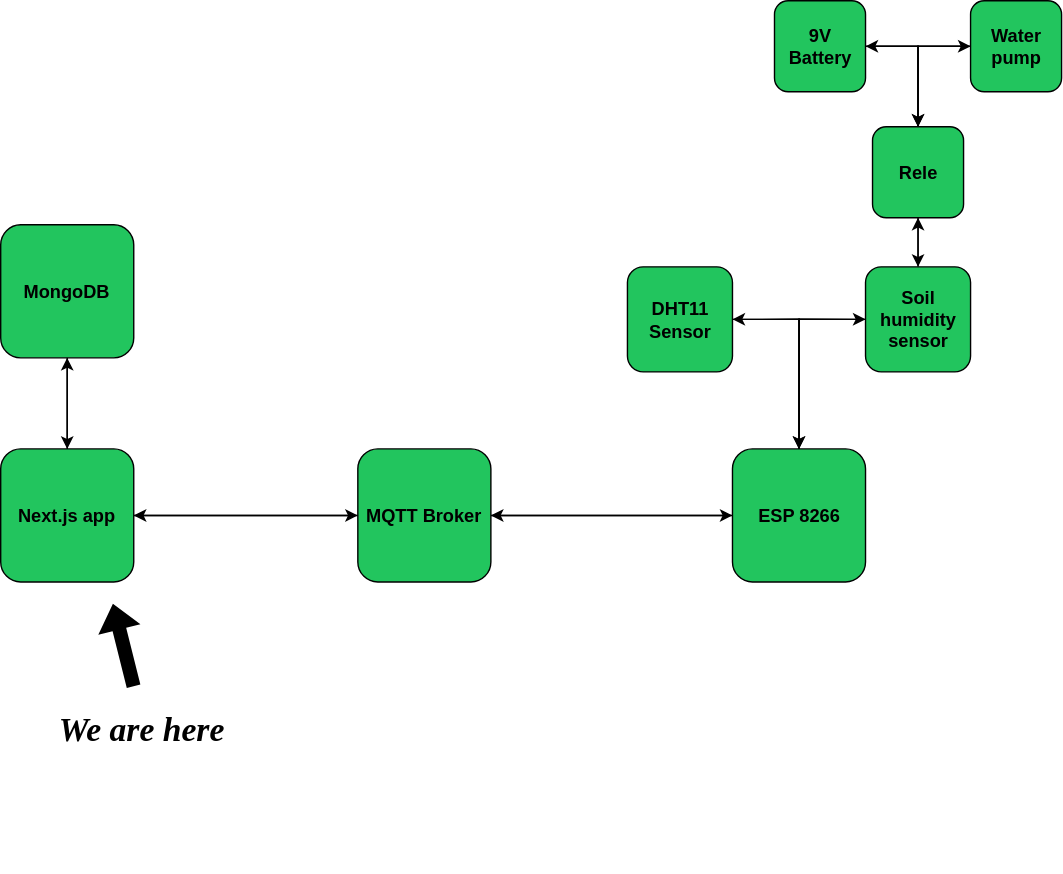
Earlier version of the draw.io export public/arch.svg (denisved/greenhouse-next). Source tidied: cells renumbered, new cells last; positions are measured from the earlier drawing's top-left corner, leaving out a move shared by most shapes. The source it was exported from:
```xml
<mxGraphModel>
  <root>
    <mxCell id="0" />
    <mxCell id="1" parent="0" />
    <mxCell id="2" style="edgeStyle=orthogonalEdgeStyle;rounded=0;jettySize=auto;html=1;entryX=1;entryY=0.5;entryDx=0;entryDy=0;" parent="1" edge="1" source="5" target="8">
      <mxGeometry relative="1" as="geometry" />
    </mxCell>
    <mxCell id="3" style="edgeStyle=orthogonalEdgeStyle;rounded=0;jettySize=auto;html=1;entryX=1;entryY=0.5;entryDx=0;entryDy=0;" parent="1" edge="1" source="5" target="15">
      <mxGeometry relative="1" as="geometry" />
    </mxCell>
    <mxCell id="4" style="edgeStyle=orthogonalEdgeStyle;rounded=0;jettySize=auto;html=1;entryX=0;entryY=0.5;entryDx=0;entryDy=0;" parent="1" edge="1" source="5" target="18">
      <mxGeometry relative="1" as="geometry" />
    </mxCell>
    <mxCell id="5" value="&lt;font color=&quot;#000000&quot; style=&quot;font-size: 13px;&quot;&gt;&lt;b&gt;ESP 8266&lt;/b&gt;&lt;/font&gt;" style="whiteSpace=wrap;html=1;fillColor=#22C55E;fontColor=#ffffff;strokeColor=#000000;rounded=1;labelBorderColor=none;" parent="1" vertex="1">
      <mxGeometry x="522.5" y="320" width="95" height="95" as="geometry" />
    </mxCell>
    <mxCell id="6" style="edgeStyle=orthogonalEdgeStyle;rounded=0;jettySize=auto;html=1;entryX=0;entryY=0.5;entryDx=0;entryDy=0;" parent="1" edge="1" source="8" target="5">
      <mxGeometry relative="1" as="geometry" />
    </mxCell>
    <mxCell id="7" style="edgeStyle=orthogonalEdgeStyle;rounded=0;jettySize=auto;html=1;entryX=1;entryY=0.5;entryDx=0;entryDy=0;" parent="1" edge="1" source="8" target="11">
      <mxGeometry relative="1" as="geometry" />
    </mxCell>
    <mxCell id="8" value="&lt;font color=&quot;#000000&quot; style=&quot;font-size: 13px;&quot;&gt;&lt;b&gt;MQTT Broker&lt;/b&gt;&lt;/font&gt;" style="whiteSpace=wrap;html=1;fillColor=#22C55E;fontColor=#ffffff;strokeColor=#000000;rounded=1;" parent="1" vertex="1">
      <mxGeometry x="255" y="320" width="95" height="95" as="geometry" />
    </mxCell>
    <mxCell id="9" style="edgeStyle=orthogonalEdgeStyle;rounded=0;jettySize=auto;html=1;" parent="1" edge="1" source="11" target="8">
      <mxGeometry relative="1" as="geometry" />
    </mxCell>
    <mxCell id="10" style="edgeStyle=orthogonalEdgeStyle;rounded=0;jettySize=auto;html=1;entryX=0.5;entryY=1;entryDx=0;entryDy=0;" parent="1" edge="1" source="11" target="13">
      <mxGeometry relative="1" as="geometry" />
    </mxCell>
    <mxCell id="11" value="&lt;b&gt;&lt;font color=&quot;#000000&quot; style=&quot;font-size: 13px;&quot;&gt;Next.js app&lt;/font&gt;&lt;/b&gt;" style="whiteSpace=wrap;html=1;fillColor=#22C55E;strokeColor=#000000;fontColor=#ffffff;glass=0;rounded=1;labelBackgroundColor=none;" parent="1" vertex="1">
      <mxGeometry y="320" width="95" height="95" as="geometry" />
    </mxCell>
    <mxCell id="12" style="edgeStyle=orthogonalEdgeStyle;rounded=0;jettySize=auto;html=1;" parent="1" edge="1" source="13" target="11">
      <mxGeometry relative="1" as="geometry" />
    </mxCell>
    <mxCell id="13" value="&lt;b&gt;&lt;font color=&quot;#000000&quot; style=&quot;font-size: 13px;&quot;&gt;MongoDB&lt;/font&gt;&lt;/b&gt;" style="whiteSpace=wrap;html=1;fillColor=#22C55E;fontColor=#ffffff;strokeColor=#000000;rounded=1;" parent="1" vertex="1">
      <mxGeometry y="160" width="95" height="95" as="geometry" />
    </mxCell>
    <mxCell id="14" style="edgeStyle=orthogonalEdgeStyle;rounded=0;jettySize=auto;html=1;entryX=0.5;entryY=0;entryDx=0;entryDy=0;exitX=1;exitY=0.5;exitDx=0;exitDy=0;" parent="1" edge="1" source="15" target="5">
      <mxGeometry relative="1" as="geometry" />
    </mxCell>
    <mxCell id="15" value="&lt;b&gt;&lt;font color=&quot;#000000&quot; style=&quot;font-size: 13px;&quot;&gt;DHT11 Sensor&lt;/font&gt;&lt;/b&gt;" style="whiteSpace=wrap;html=1;fillColor=#22C55E;fontColor=#ffffff;strokeColor=#000000;rounded=1;" parent="1" vertex="1">
      <mxGeometry x="447.5" y="190" width="75" height="75" as="geometry" />
    </mxCell>
    <mxCell id="16" style="edgeStyle=orthogonalEdgeStyle;rounded=0;jettySize=auto;html=1;entryX=0.5;entryY=0;entryDx=0;entryDy=0;exitX=0;exitY=0.5;exitDx=0;exitDy=0;" parent="1" edge="1" source="18" target="5">
      <mxGeometry relative="1" as="geometry" />
    </mxCell>
    <mxCell id="17" style="edgeStyle=orthogonalEdgeStyle;rounded=0;jettySize=auto;html=1;entryX=0.5;entryY=1;entryDx=0;entryDy=0;" parent="1" edge="1" source="18" target="22">
      <mxGeometry relative="1" as="geometry" />
    </mxCell>
    <mxCell id="18" value="&lt;b&gt;&lt;font color=&quot;#000000&quot; style=&quot;font-size: 13px;&quot;&gt;Soil humidity sensor&lt;/font&gt;&lt;/b&gt;" style="whiteSpace=wrap;html=1;fillColor=#22C55E;fontColor=#ffffff;strokeColor=#000000;rounded=1;" parent="1" vertex="1">
      <mxGeometry x="617.5" y="190" width="75" height="75" as="geometry" />
    </mxCell>
    <mxCell id="19" style="edgeStyle=orthogonalEdgeStyle;rounded=0;jettySize=auto;html=1;entryX=0.5;entryY=0;entryDx=0;entryDy=0;" parent="1" edge="1" source="22" target="18">
      <mxGeometry relative="1" as="geometry" />
    </mxCell>
    <mxCell id="20" style="edgeStyle=orthogonalEdgeStyle;rounded=0;jettySize=auto;html=1;entryX=1;entryY=0.5;entryDx=0;entryDy=0;exitX=0.5;exitY=0;exitDx=0;exitDy=0;" parent="1" edge="1" source="22" target="24">
      <mxGeometry relative="1" as="geometry" />
    </mxCell>
    <mxCell id="21" style="edgeStyle=orthogonalEdgeStyle;rounded=0;jettySize=auto;html=1;entryX=0;entryY=0.5;entryDx=0;entryDy=0;exitX=0.5;exitY=0;exitDx=0;exitDy=0;" parent="1" edge="1" source="22" target="26">
      <mxGeometry relative="1" as="geometry" />
    </mxCell>
    <mxCell id="22" value="&lt;b&gt;&lt;font color=&quot;#000000&quot; style=&quot;font-size: 13px;&quot;&gt;Rele&lt;/font&gt;&lt;/b&gt;" style="whiteSpace=wrap;html=1;fillColor=#22C55E;fontColor=#ffffff;strokeColor=#000000;rounded=1;" parent="1" vertex="1">
      <mxGeometry x="622.5" y="90" width="65" height="65" as="geometry" />
    </mxCell>
    <mxCell id="23" style="edgeStyle=orthogonalEdgeStyle;rounded=0;jettySize=auto;html=1;entryX=0.5;entryY=0;entryDx=0;entryDy=0;" parent="1" edge="1" source="24" target="22">
      <mxGeometry relative="1" as="geometry" />
    </mxCell>
    <mxCell id="24" value="&lt;b&gt;&lt;font color=&quot;#000000&quot; style=&quot;font-size: 13px;&quot;&gt;9V Battery&lt;/font&gt;&lt;/b&gt;" style="whiteSpace=wrap;html=1;fillColor=#22C55E;fontColor=#ffffff;strokeColor=#000000;rounded=1;" parent="1" vertex="1">
      <mxGeometry x="552.5" width="65" height="65" as="geometry" />
    </mxCell>
    <mxCell id="25" style="edgeStyle=orthogonalEdgeStyle;rounded=0;jettySize=auto;html=1;entryX=0.5;entryY=0;entryDx=0;entryDy=0;" parent="1" edge="1" source="26" target="22">
      <mxGeometry relative="1" as="geometry" />
    </mxCell>
    <mxCell id="26" value="&lt;b&gt;&lt;font color=&quot;#000000&quot; style=&quot;font-size: 13px;&quot;&gt;Water pump&lt;/font&gt;&lt;/b&gt;" style="whiteSpace=wrap;html=1;fillColor=#22C55E;fontColor=#ffffff;strokeColor=#000000;rounded=1;" parent="1" vertex="1">
      <mxGeometry x="692.5" width="65" height="65" as="geometry" />
    </mxCell>
    <mxCell id="27" value="&lt;h1 style=&quot;margin-top: 0px;&quot;&gt;&lt;span style=&quot;&quot;&gt;&lt;i&gt;&lt;font color=&quot;#000000&quot; face=&quot;Poetsen One&quot;&gt;We are here&amp;nbsp;&amp;nbsp;&lt;/font&gt;&lt;/i&gt;&lt;/span&gt;&lt;/h1&gt;&lt;div&gt;&lt;span style=&quot;&quot;&gt;&lt;i&gt;&lt;font face=&quot;Poetsen One&quot;&gt;&lt;br&gt;&lt;/font&gt;&lt;/i&gt;&lt;/span&gt;&lt;/div&gt;" style="text;html=1;whiteSpace=wrap;overflow=hidden;rounded=0;labelBorderColor=none;fontStyle=0;labelBackgroundColor=none;fontColor=#FFFFFF;" parent="1" vertex="1">
      <mxGeometry x="40" y="500" width="190" height="120" as="geometry" />
    </mxCell>
    <mxCell id="28" style="shape=flexArrow;endArrow=classic;html=1;rounded=0;labelBackgroundColor=#000000;fontColor=default;strokeColor=none;fillColor=#000000;" parent="1" edge="1">
      <mxGeometry relative="1" as="geometry">
        <mxPoint x="95" y="490" as="sourcePoint" />
        <mxPoint x="80" y="430" as="targetPoint" />
      </mxGeometry>
    </mxCell>
  </root>
</mxGraphModel>
```
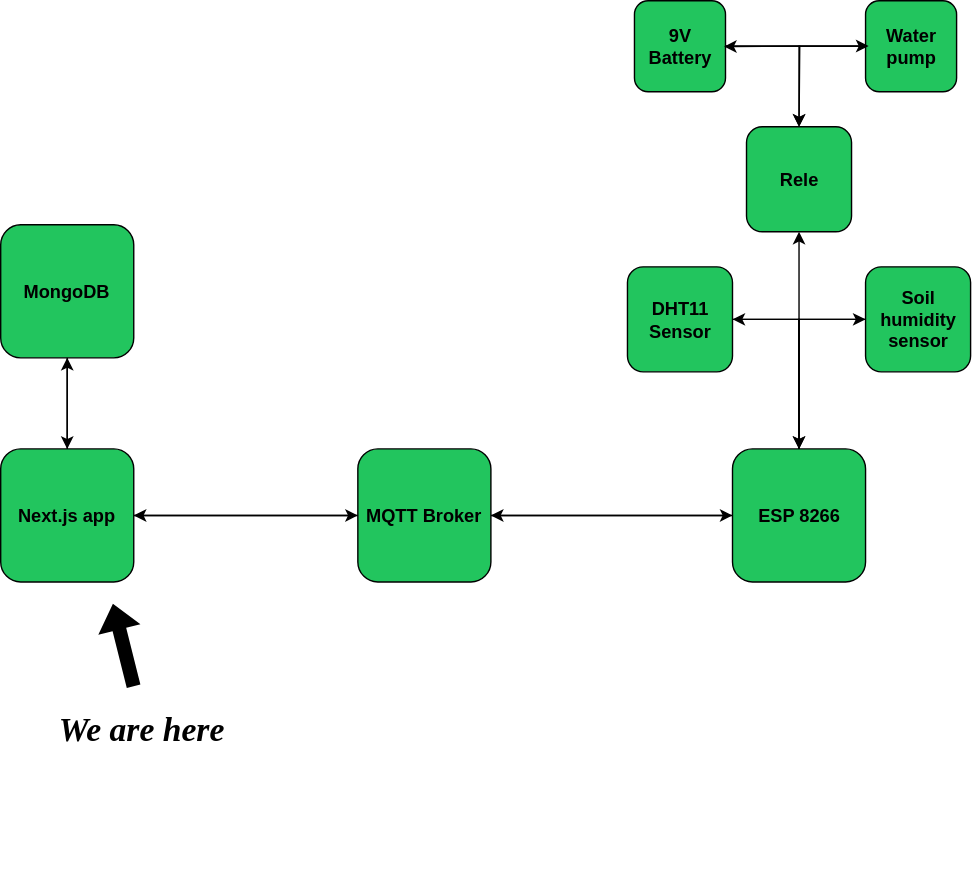
The same file after the commit.

What changed in the source:
```diff
@@ -11,6 +11,9 @@
     <mxCell id="4" style="edgeStyle=orthogonalEdgeStyle;rounded=0;jettySize=auto;html=1;entryX=0;entryY=0.5;entryDx=0;entryDy=0;" parent="1" edge="1" source="5" target="18">
       <mxGeometry relative="1" as="geometry" />
     </mxCell>
+    <mxCell id="29" style="edgeStyle=orthogonalEdgeStyle;rounded=0;jettySize=auto;html=1;" parent="1" edge="1" source="5" target="22">
+      <mxGeometry relative="1" as="geometry" />
+    </mxCell>
     <mxCell id="5" value="&lt;font color=&quot;#000000&quot; style=&quot;font-size: 13px;&quot;&gt;&lt;b&gt;ESP 8266&lt;/b&gt;&lt;/font&gt;" style="whiteSpace=wrap;html=1;fillColor=#22C55E;fontColor=#ffffff;strokeColor=#000000;rounded=1;labelBorderColor=none;" parent="1" vertex="1">
       <mxGeometry x="522.5" y="320" width="95" height="95" as="geometry" />
     </mxCell>
@@ -47,37 +50,24 @@
     <mxCell id="16" style="edgeStyle=orthogonalEdgeStyle;rounded=0;jettySize=auto;html=1;entryX=0.5;entryY=0;entryDx=0;entryDy=0;exitX=0;exitY=0.5;exitDx=0;exitDy=0;" parent="1" edge="1" source="18" target="5">
       <mxGeometry relative="1" as="geometry" />
     </mxCell>
-    <mxCell id="17" style="edgeStyle=orthogonalEdgeStyle;rounded=0;jettySize=auto;html=1;entryX=0.5;entryY=1;entryDx=0;entryDy=0;" parent="1" edge="1" source="18" target="22">
-      <mxGeometry relative="1" as="geometry" />
-    </mxCell>
     <mxCell id="18" value="&lt;b&gt;&lt;font color=&quot;#000000&quot; style=&quot;font-size: 13px;&quot;&gt;Soil humidity sensor&lt;/font&gt;&lt;/b&gt;" style="whiteSpace=wrap;html=1;fillColor=#22C55E;fontColor=#ffffff;strokeColor=#000000;rounded=1;" parent="1" vertex="1">
       <mxGeometry x="617.5" y="190" width="75" height="75" as="geometry" />
     </mxCell>
-    <mxCell id="19" style="edgeStyle=orthogonalEdgeStyle;rounded=0;jettySize=auto;html=1;entryX=0.5;entryY=0;entryDx=0;entryDy=0;" parent="1" edge="1" source="22" target="18">
-      <mxGeometry relative="1" as="geometry" />
-    </mxCell>
-    <mxCell id="20" style="edgeStyle=orthogonalEdgeStyle;rounded=0;jettySize=auto;html=1;entryX=1;entryY=0.5;entryDx=0;entryDy=0;exitX=0.5;exitY=0;exitDx=0;exitDy=0;" parent="1" edge="1" source="22" target="24">
-      <mxGeometry relative="1" as="geometry" />
-    </mxCell>
-    <mxCell id="21" style="edgeStyle=orthogonalEdgeStyle;rounded=0;jettySize=auto;html=1;entryX=0;entryY=0.5;entryDx=0;entryDy=0;exitX=0.5;exitY=0;exitDx=0;exitDy=0;" parent="1" edge="1" source="22" target="26">
-      <mxGeometry relative="1" as="geometry" />
-    </mxCell>
-    <mxCell id="22" value="&lt;b&gt;&lt;font color=&quot;#000000&quot; style=&quot;font-size: 13px;&quot;&gt;Rele&lt;/font&gt;&lt;/b&gt;" style="whiteSpace=wrap;html=1;fillColor=#22C55E;fontColor=#ffffff;strokeColor=#000000;rounded=1;" parent="1" vertex="1">
-      <mxGeometry x="622.5" y="90" width="65" height="65" as="geometry" />
-    </mxCell>
-    <mxCell id="23" style="edgeStyle=orthogonalEdgeStyle;rounded=0;jettySize=auto;html=1;entryX=0.5;entryY=0;entryDx=0;entryDy=0;" parent="1" edge="1" source="24" target="22">
-      <mxGeometry relative="1" as="geometry" />
-    </mxCell>
+    <mxCell id="30" style="edgeStyle=orthogonalEdgeStyle;rounded=0;jettySize=auto;html=1;" parent="1" edge="1" source="24">
+      <mxGeometry relative="1" as="geometry">
+        <mxPoint x="570" y="90" as="targetPoint" />
+      </mxGeometry>
+    </mxCell>
     <mxCell id="24" value="&lt;b&gt;&lt;font color=&quot;#000000&quot; style=&quot;font-size: 13px;&quot;&gt;9V Battery&lt;/font&gt;&lt;/b&gt;" style="whiteSpace=wrap;html=1;fillColor=#22C55E;fontColor=#ffffff;strokeColor=#000000;rounded=1;" parent="1" vertex="1">
-      <mxGeometry x="552.5" width="65" height="65" as="geometry" />
+      <mxGeometry x="452.5" width="65" height="65" as="geometry" />
     </mxCell>
-    <mxCell id="25" style="edgeStyle=orthogonalEdgeStyle;rounded=0;jettySize=auto;html=1;entryX=0.5;entryY=0;entryDx=0;entryDy=0;" parent="1" edge="1" source="26" target="22">
+    <mxCell id="25" style="edgeStyle=orthogonalEdgeStyle;rounded=0;jettySize=auto;html=1;" parent="1" edge="1" source="26" target="22">
       <mxGeometry relative="1" as="geometry" />
     </mxCell>
     <mxCell id="26" value="&lt;b&gt;&lt;font color=&quot;#000000&quot; style=&quot;font-size: 13px;&quot;&gt;Water pump&lt;/font&gt;&lt;/b&gt;" style="whiteSpace=wrap;html=1;fillColor=#22C55E;fontColor=#ffffff;strokeColor=#000000;rounded=1;" parent="1" vertex="1">
-      <mxGeometry x="692.5" width="65" height="65" as="geometry" />
+      <mxGeometry x="617.5" width="65" height="65" as="geometry" />
     </mxCell>
-    <mxCell id="27" value="&lt;h1 style=&quot;margin-top: 0px;&quot;&gt;&lt;span style=&quot;&quot;&gt;&lt;i&gt;&lt;font color=&quot;#000000&quot; face=&quot;Poetsen One&quot;&gt;We are here&amp;nbsp;&amp;nbsp;&lt;/font&gt;&lt;/i&gt;&lt;/span&gt;&lt;/h1&gt;&lt;div&gt;&lt;span style=&quot;&quot;&gt;&lt;i&gt;&lt;font face=&quot;Poetsen One&quot;&gt;&lt;br&gt;&lt;/font&gt;&lt;/i&gt;&lt;/span&gt;&lt;/div&gt;" style="text;html=1;whiteSpace=wrap;overflow=hidden;rounded=0;labelBorderColor=none;fontStyle=0;labelBackgroundColor=none;fontColor=#FFFFFF;" parent="1" vertex="1">
+    <mxCell id="27" value="&lt;h1 style=&quot;margin-top: 0px;&quot;&gt;&lt;span style=&quot;&quot;&gt;&lt;i&gt;&lt;font face=&quot;Handlee&quot; color=&quot;#000000&quot;&gt;We are here&amp;nbsp;&amp;nbsp;&lt;/font&gt;&lt;/i&gt;&lt;/span&gt;&lt;/h1&gt;&lt;div&gt;&lt;span style=&quot;&quot;&gt;&lt;i&gt;&lt;font face=&quot;Poetsen One&quot;&gt;&lt;br&gt;&lt;/font&gt;&lt;/i&gt;&lt;/span&gt;&lt;/div&gt;" style="text;html=1;whiteSpace=wrap;overflow=hidden;rounded=0;labelBorderColor=none;fontStyle=0;labelBackgroundColor=none;fontColor=#FFFFFF;" parent="1" vertex="1">
       <mxGeometry x="40" y="500" width="190" height="120" as="geometry" />
     </mxCell>
     <mxCell id="28" style="shape=flexArrow;endArrow=classic;html=1;rounded=0;labelBackgroundColor=#000000;fontColor=default;strokeColor=none;fillColor=#000000;" parent="1" edge="1">
@@ -86,5 +76,14 @@
         <mxPoint x="80" y="430" as="targetPoint" />
       </mxGeometry>
     </mxCell>
+    <mxCell id="22" value="&lt;b&gt;&lt;font color=&quot;#000000&quot; style=&quot;font-size: 13px;&quot;&gt;Rele&lt;/font&gt;&lt;/b&gt;" style="whiteSpace=wrap;html=1;fillColor=#22C55E;fontColor=#ffffff;strokeColor=#000000;rounded=1;" parent="1" vertex="1">
+      <mxGeometry x="532.5" y="90" width="75" height="75" as="geometry" />
+    </mxCell>
+    <mxCell id="31" style="edgeStyle=orthogonalEdgeStyle;rounded=0;jettySize=auto;html=1;entryX=0.984;entryY=0.503;entryDx=0;entryDy=0;entryPerimeter=0;" parent="1" edge="1" source="26" target="24">
+      <mxGeometry relative="1" as="geometry" />
+    </mxCell>
+    <mxCell id="32" style="edgeStyle=orthogonalEdgeStyle;rounded=0;jettySize=auto;html=1;entryX=0.033;entryY=0.498;entryDx=0;entryDy=0;entryPerimeter=0;" parent="1" edge="1" source="24" target="26">
+      <mxGeometry relative="1" as="geometry" />
+    </mxCell>
   </root>
 </mxGraphModel>
```
